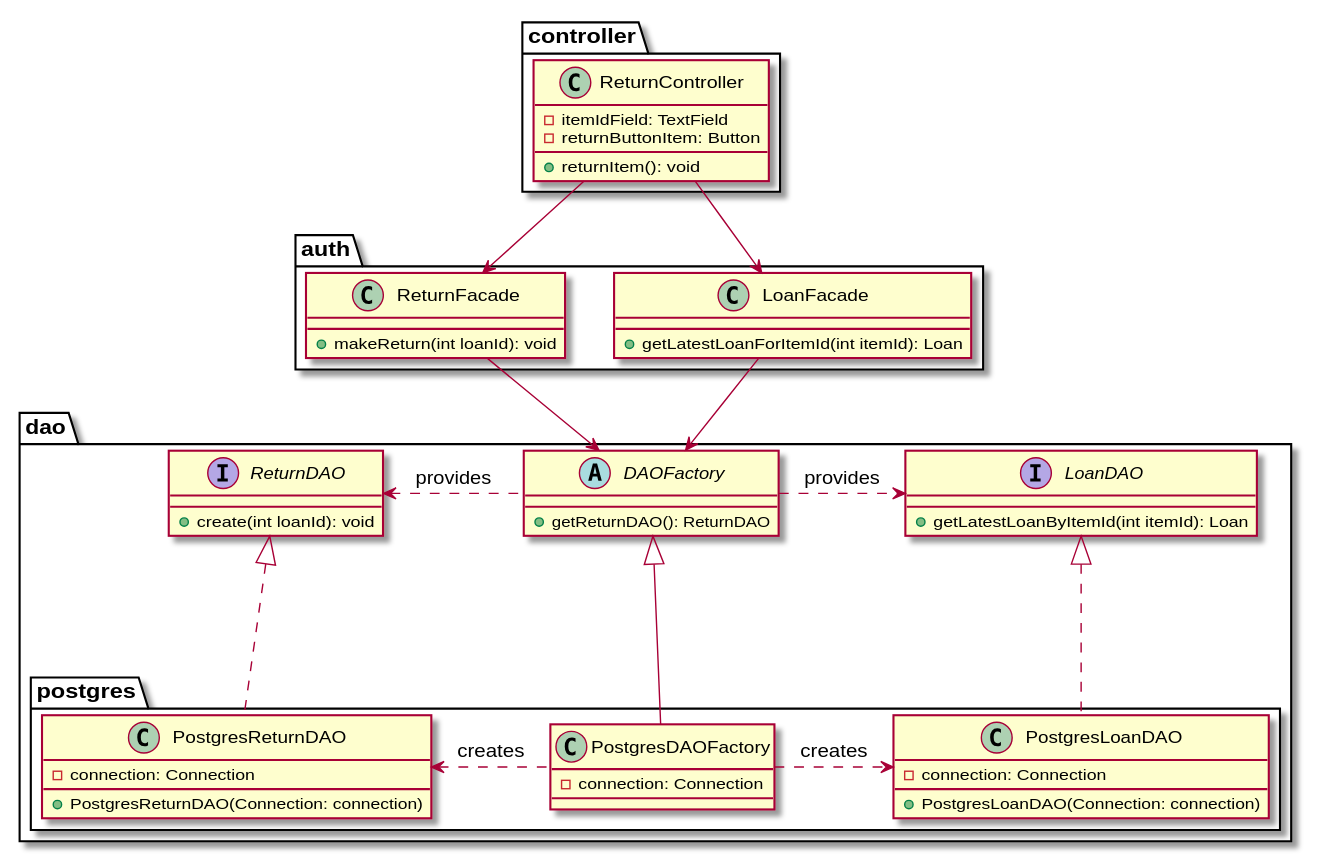
Earlier version of the PlantUML export specifications/software-design/return/return-class-diagram.svg (BrokenSwing/Comixaire).
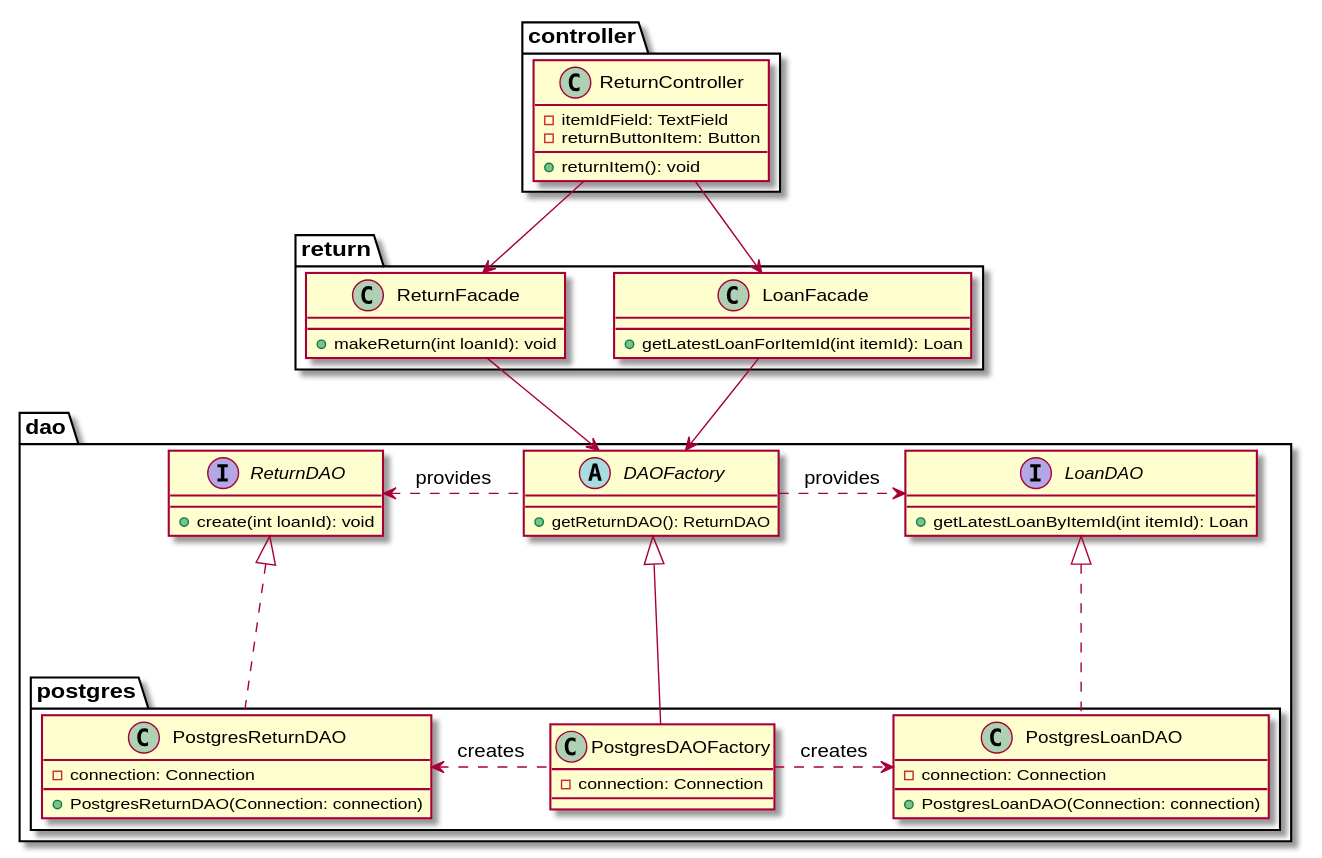
The same diagram one commit later.

Commit message:
class diagram for employee-crud

The edit, as a diff of the source:
```diff
@@ -9,7 +9,7 @@
 
 }
 
-package auth {
+package return {
 
   class ReturnFacade {
     +makeReturn(int loanId): void
```
